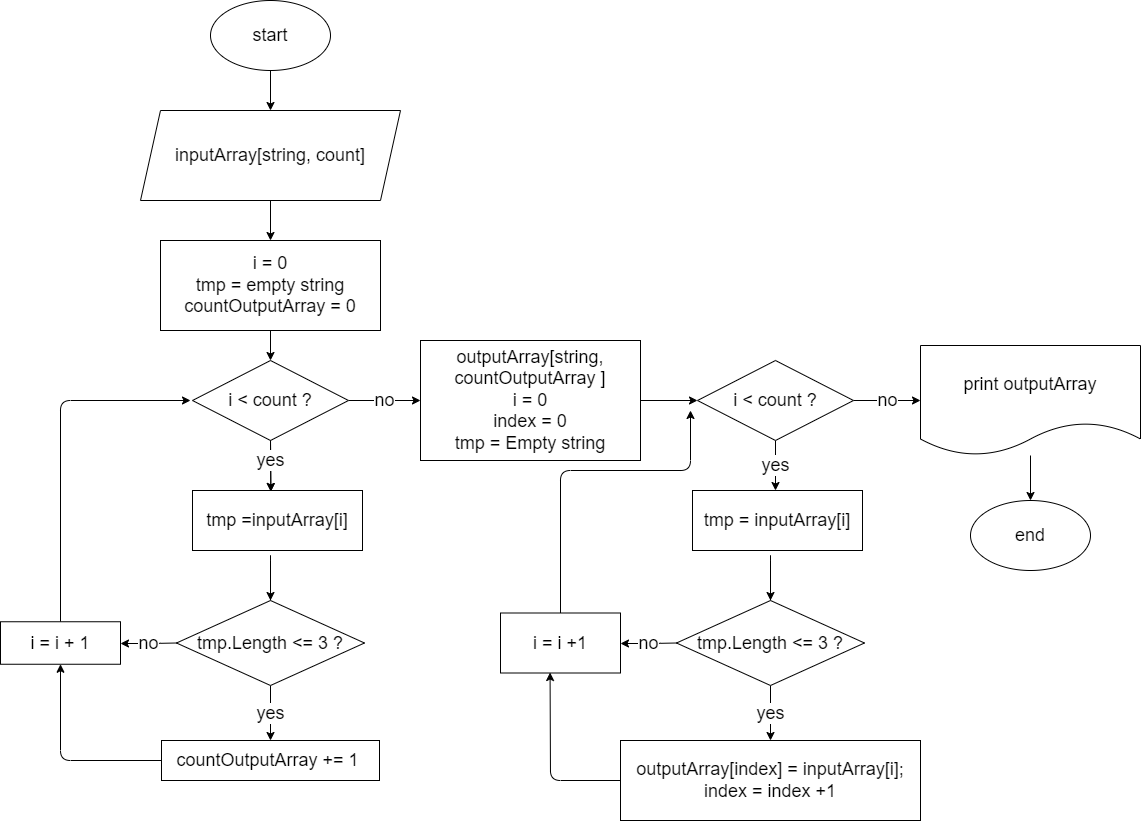
EvgeniyMastyukov/Control-Work-basic-stage keeps this draw.io diagram as diagram.drawio.png. Above is the earlier version. Source tidied: cells renumbered, new cells last; positions are measured from the earlier drawing's top-left corner, leaving out a move shared by most shapes.
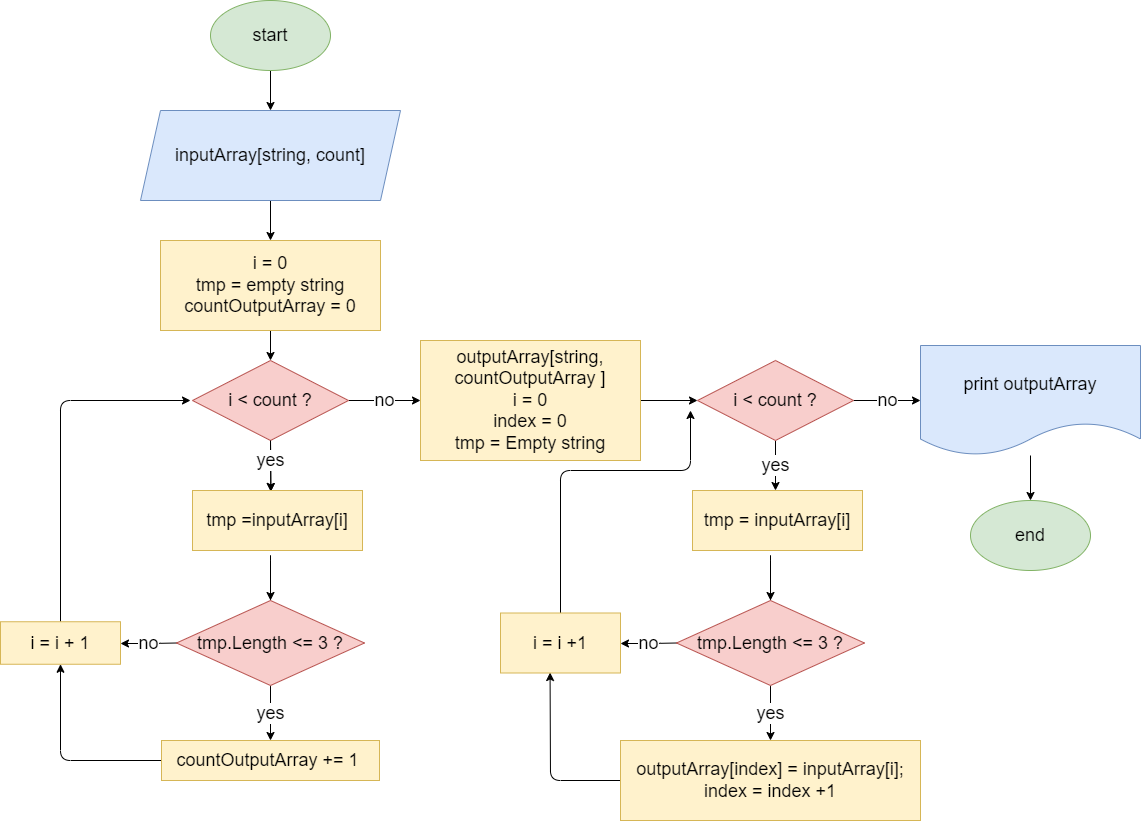
The same diagram one commit later.

Commit message:
Add formatting diagram

What changed in the source:
```diff
@@ -5,19 +5,19 @@
     <mxCell id="2" style="edgeStyle=none;html=1;exitX=0.5;exitY=1;exitDx=0;exitDy=0;entryX=0.5;entryY=0;entryDx=0;entryDy=0;fontSize=18;" parent="1" edge="1" source="3" target="5">
       <mxGeometry relative="1" as="geometry" />
     </mxCell>
-    <mxCell id="3" value="&lt;font style=&quot;font-size: 18px&quot;&gt;start&lt;/font&gt;" style="ellipse;whiteSpace=wrap;html=1;" parent="1" vertex="1">
+    <mxCell id="3" value="&lt;font style=&quot;font-size: 18px&quot;&gt;start&lt;/font&gt;" style="ellipse;whiteSpace=wrap;html=1;fillColor=#d5e8d4;strokeColor=#82b366;" parent="1" vertex="1">
       <mxGeometry x="210" width="120" height="70" as="geometry" />
     </mxCell>
     <mxCell id="4" style="edgeStyle=none;html=1;exitX=0.5;exitY=1;exitDx=0;exitDy=0;fontSize=18;entryX=0.5;entryY=0;entryDx=0;entryDy=0;" parent="1" edge="1" source="5" target="7">
       <mxGeometry relative="1" as="geometry" />
     </mxCell>
-    <mxCell id="5" value="inputArray[string, count]&lt;br&gt;" style="shape=parallelogram;perimeter=parallelogramPerimeter;whiteSpace=wrap;html=1;fixedSize=1;fontSize=18;" parent="1" vertex="1">
+    <mxCell id="5" value="inputArray[string, count]&lt;br&gt;" style="shape=parallelogram;perimeter=parallelogramPerimeter;whiteSpace=wrap;html=1;fixedSize=1;fontSize=18;fillColor=#dae8fc;strokeColor=#6c8ebf;" parent="1" vertex="1">
       <mxGeometry x="140" y="110" width="260" height="90" as="geometry" />
     </mxCell>
     <mxCell id="6" style="edgeStyle=none;html=1;exitX=0.5;exitY=1;exitDx=0;exitDy=0;entryX=0.5;entryY=0;entryDx=0;entryDy=0;fontSize=18;" parent="1" edge="1" source="7" target="10">
       <mxGeometry relative="1" as="geometry" />
     </mxCell>
-    <mxCell id="7" value="i = 0&lt;br&gt;tmp = empty string&lt;br&gt;countOutputArray = 0" style="rounded=0;whiteSpace=wrap;html=1;fontSize=18;" parent="1" vertex="1">
+    <mxCell id="7" value="i = 0&lt;br&gt;tmp = empty string&lt;br&gt;countOutputArray = 0" style="rounded=0;whiteSpace=wrap;html=1;fontSize=18;fillColor=#fff2cc;strokeColor=#d6b656;" parent="1" vertex="1">
       <mxGeometry x="160" y="240" width="220" height="90" as="geometry" />
     </mxCell>
     <mxCell id="8" value="yes" style="edgeStyle=none;html=1;exitX=0.5;exitY=1;exitDx=0;exitDy=0;entryX=0.461;entryY=0.017;entryDx=0;entryDy=0;entryPerimeter=0;fontSize=18;" parent="1" edge="1" source="10" target="14">
@@ -26,7 +26,7 @@
     <mxCell id="9" value="no" style="edgeStyle=none;html=1;exitX=1;exitY=0.5;exitDx=0;exitDy=0;entryX=0;entryY=0.5;entryDx=0;entryDy=0;fontSize=18;" parent="1" edge="1" source="10" target="24">
       <mxGeometry relative="1" as="geometry" />
     </mxCell>
-    <mxCell id="10" value="i &amp;lt; count ?" style="rhombus;whiteSpace=wrap;html=1;fontSize=18;" parent="1" vertex="1">
+    <mxCell id="10" value="i &amp;lt; count ?" style="rhombus;whiteSpace=wrap;html=1;fontSize=18;fillColor=#f8cecc;strokeColor=#b85450;" parent="1" vertex="1">
       <mxGeometry x="192" y="360" width="156" height="80" as="geometry" />
     </mxCell>
     <mxCell id="11" value="yes" style="edgeStyle=none;html=1;exitX=0.5;exitY=1;exitDx=0;exitDy=0;fontSize=18;" parent="1" edge="1" source="13">
@@ -37,7 +37,7 @@
     <mxCell id="12" value="no" style="edgeStyle=none;html=1;exitX=1;exitY=0.5;exitDx=0;exitDy=0;entryX=0;entryY=0.5;entryDx=0;entryDy=0;fontSize=18;" parent="1" edge="1" source="13" target="38">
       <mxGeometry relative="1" as="geometry" />
     </mxCell>
-    <mxCell id="13" value="i &amp;lt; count ?" style="rhombus;whiteSpace=wrap;html=1;fontSize=18;" parent="1" vertex="1">
+    <mxCell id="13" value="i &amp;lt; count ?" style="rhombus;whiteSpace=wrap;html=1;fontSize=18;fillColor=#f8cecc;strokeColor=#b85450;" parent="1" vertex="1">
       <mxGeometry x="697" y="360" width="156" height="80" as="geometry" />
     </mxCell>
     <mxCell id="14" value="tmp =inputArray[i]" style="rounded=0;whiteSpace=wrap;html=1;fontSize=18;" parent="1" vertex="1">
@@ -61,7 +61,7 @@
         </Array>
       </mxGeometry>
     </mxCell>
-    <mxCell id="18" value="tmp.Length &amp;lt;= 3 ?" style="rhombus;whiteSpace=wrap;html=1;fontSize=18;" parent="1" vertex="1">
+    <mxCell id="18" value="tmp.Length &amp;lt;= 3 ?" style="rhombus;whiteSpace=wrap;html=1;fontSize=18;fillColor=#f8cecc;strokeColor=#b85450;" parent="1" vertex="1">
       <mxGeometry x="176" y="600" width="188" height="85" as="geometry" />
     </mxCell>
     <mxCell id="19" style="edgeStyle=none;html=1;exitX=0;exitY=0.5;exitDx=0;exitDy=0;entryX=0.5;entryY=1;entryDx=0;entryDy=0;fontSize=18;" parent="1" edge="1" source="20" target="22">
@@ -71,7 +71,7 @@
         </Array>
       </mxGeometry>
     </mxCell>
-    <mxCell id="20" value="countOutputArray += 1&amp;nbsp;" style="rounded=0;whiteSpace=wrap;html=1;fontSize=18;" parent="1" vertex="1">
+    <mxCell id="20" value="countOutputArray += 1&amp;nbsp;" style="rounded=0;whiteSpace=wrap;html=1;fontSize=18;fillColor=#fff2cc;strokeColor=#d6b656;" parent="1" vertex="1">
       <mxGeometry x="161" y="740" width="218" height="40" as="geometry" />
     </mxCell>
     <mxCell id="21" style="edgeStyle=none;html=1;fontSize=18;" parent="1" edge="1" source="22">
@@ -82,13 +82,13 @@
         </Array>
       </mxGeometry>
     </mxCell>
-    <mxCell id="22" value="i = i + 1" style="rounded=0;whiteSpace=wrap;html=1;fontSize=18;" parent="1" vertex="1">
+    <mxCell id="22" value="i = i + 1" style="rounded=0;whiteSpace=wrap;html=1;fontSize=18;fillColor=#fff2cc;strokeColor=#d6b656;" parent="1" vertex="1">
       <mxGeometry y="621.2" width="120" height="42.5" as="geometry" />
     </mxCell>
     <mxCell id="23" style="edgeStyle=none;html=1;exitX=1;exitY=0.5;exitDx=0;exitDy=0;entryX=0;entryY=0.5;entryDx=0;entryDy=0;fontSize=18;" parent="1" edge="1" source="24" target="13">
       <mxGeometry relative="1" as="geometry" />
     </mxCell>
-    <mxCell id="24" value="outputArray[string, countOutputArray&amp;nbsp;]&lt;br&gt;i = 0&lt;br&gt;index = 0&lt;br&gt;tmp = Empty string" style="rounded=0;whiteSpace=wrap;html=1;fontSize=18;" parent="1" vertex="1">
+    <mxCell id="24" value="outputArray[string, countOutputArray&amp;nbsp;]&lt;br&gt;i = 0&lt;br&gt;index = 0&lt;br&gt;tmp = Empty string" style="rounded=0;whiteSpace=wrap;html=1;fontSize=18;fillColor=#fff2cc;strokeColor=#d6b656;" parent="1" vertex="1">
       <mxGeometry x="420" y="340" width="220" height="120" as="geometry" />
     </mxCell>
     <mxCell id="25" value="yes" style="edgeStyle=none;html=1;exitX=0.5;exitY=1;exitDx=0;exitDy=0;entryX=0.461;entryY=0.017;entryDx=0;entryDy=0;entryPerimeter=0;fontSize=18;" parent="1" edge="1" target="26">
@@ -96,7 +96,7 @@
         <mxPoint x="270" y="440" as="sourcePoint" />
       </mxGeometry>
     </mxCell>
-    <mxCell id="26" value="tmp =inputArray[i]" style="rounded=0;whiteSpace=wrap;html=1;fontSize=18;" parent="1" vertex="1">
+    <mxCell id="26" value="tmp =inputArray[i]" style="rounded=0;whiteSpace=wrap;html=1;fontSize=18;fillColor=#fff2cc;strokeColor=#d6b656;" parent="1" vertex="1">
       <mxGeometry x="192" y="490" width="170" height="60" as="geometry" />
     </mxCell>
     <mxCell id="27" value="tmp =inputArray[i]" style="rounded=0;whiteSpace=wrap;html=1;fontSize=18;" parent="1" vertex="1">
@@ -120,7 +120,7 @@
         </Array>
       </mxGeometry>
     </mxCell>
-    <mxCell id="31" value="tmp.Length &amp;lt;= 3 ?" style="rhombus;whiteSpace=wrap;html=1;fontSize=18;" parent="1" vertex="1">
+    <mxCell id="31" value="tmp.Length &amp;lt;= 3 ?" style="rhombus;whiteSpace=wrap;html=1;fontSize=18;fillColor=#f8cecc;strokeColor=#b85450;" parent="1" vertex="1">
       <mxGeometry x="676" y="600" width="188" height="85" as="geometry" />
     </mxCell>
     <mxCell id="32" style="edgeStyle=none;html=1;exitX=0;exitY=0.5;exitDx=0;exitDy=0;entryX=0.413;entryY=0.992;entryDx=0;entryDy=0;entryPerimeter=0;fontSize=18;" parent="1" edge="1" source="33" target="36">
@@ -130,10 +130,10 @@
         </Array>
       </mxGeometry>
     </mxCell>
-    <mxCell id="33" value="outputArray[index] = inputArray[i];&lt;br&gt;index = index +1" style="rounded=0;whiteSpace=wrap;html=1;fontSize=18;" parent="1" vertex="1">
+    <mxCell id="33" value="outputArray[index] = inputArray[i];&lt;br&gt;index = index +1" style="rounded=0;whiteSpace=wrap;html=1;fontSize=18;fillColor=#fff2cc;strokeColor=#d6b656;" parent="1" vertex="1">
       <mxGeometry x="620" y="740" width="300" height="80" as="geometry" />
     </mxCell>
-    <mxCell id="34" value="tmp = inputArray[i]" style="rounded=0;whiteSpace=wrap;html=1;fontSize=18;" parent="1" vertex="1">
+    <mxCell id="34" value="tmp = inputArray[i]" style="rounded=0;whiteSpace=wrap;html=1;fontSize=18;fillColor=#fff2cc;strokeColor=#d6b656;" parent="1" vertex="1">
       <mxGeometry x="692" y="490" width="170" height="60" as="geometry" />
     </mxCell>
     <mxCell id="35" style="edgeStyle=none;html=1;exitX=0.5;exitY=0;exitDx=0;exitDy=0;fontSize=18;" parent="1" edge="1" source="36">
@@ -145,16 +145,16 @@
         </Array>
       </mxGeometry>
     </mxCell>
-    <mxCell id="36" value="i = i +1" style="rounded=0;whiteSpace=wrap;html=1;fontSize=18;" parent="1" vertex="1">
+    <mxCell id="36" value="i = i +1" style="rounded=0;whiteSpace=wrap;html=1;fontSize=18;fillColor=#fff2cc;strokeColor=#d6b656;" parent="1" vertex="1">
       <mxGeometry x="500" y="612.5" width="120" height="60" as="geometry" />
     </mxCell>
     <mxCell id="37" style="edgeStyle=none;html=1;entryX=0.5;entryY=0;entryDx=0;entryDy=0;fontSize=18;" parent="1" edge="1" source="38" target="39">
       <mxGeometry relative="1" as="geometry" />
     </mxCell>
-    <mxCell id="38" value="print outputArray" style="shape=document;whiteSpace=wrap;html=1;boundedLbl=1;fontSize=18;" parent="1" vertex="1">
+    <mxCell id="38" value="print outputArray" style="shape=document;whiteSpace=wrap;html=1;boundedLbl=1;fontSize=18;fillColor=#dae8fc;strokeColor=#6c8ebf;" parent="1" vertex="1">
       <mxGeometry x="920" y="345" width="220" height="110" as="geometry" />
     </mxCell>
-    <mxCell id="39" value="&lt;font style=&quot;font-size: 18px&quot;&gt;end&lt;/font&gt;" style="ellipse;whiteSpace=wrap;html=1;" parent="1" vertex="1">
+    <mxCell id="39" value="&lt;font style=&quot;font-size: 18px&quot;&gt;end&lt;/font&gt;" style="ellipse;whiteSpace=wrap;html=1;fillColor=#d5e8d4;strokeColor=#82b366;" parent="1" vertex="1">
       <mxGeometry x="970" y="500" width="120" height="70" as="geometry" />
     </mxCell>
   </root>
```
